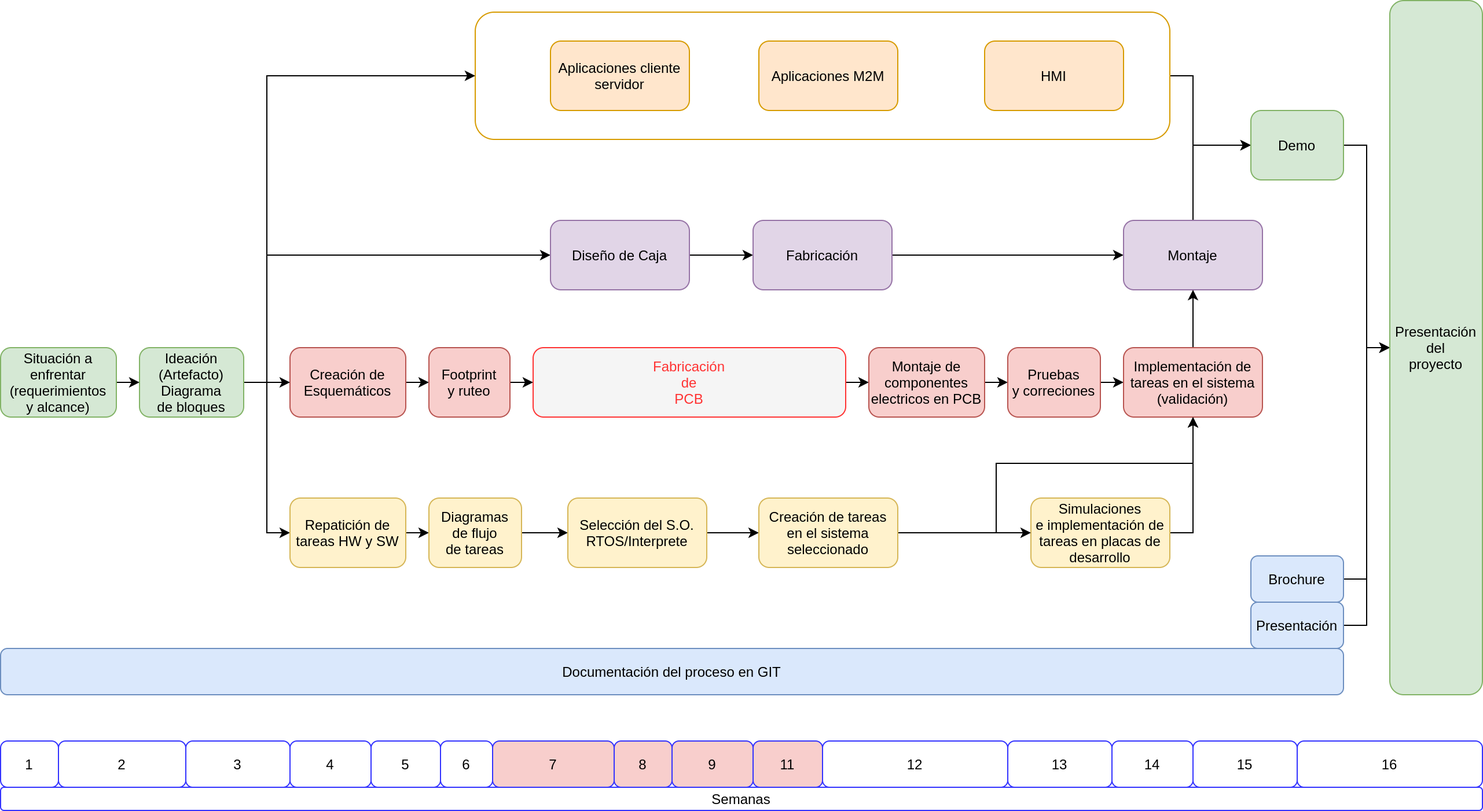
This is liascript-course/sistemasEmbebidos/img/projectSE/cronograma.drawio.png from johnnycubides/curso-scorm-sistemas-digitales, a draw.io export, as it was before one commit. Source tidied: cells renumbered, new cells last; positions are measured from the earlier drawing's top-left corner, leaving out a move shared by most shapes.
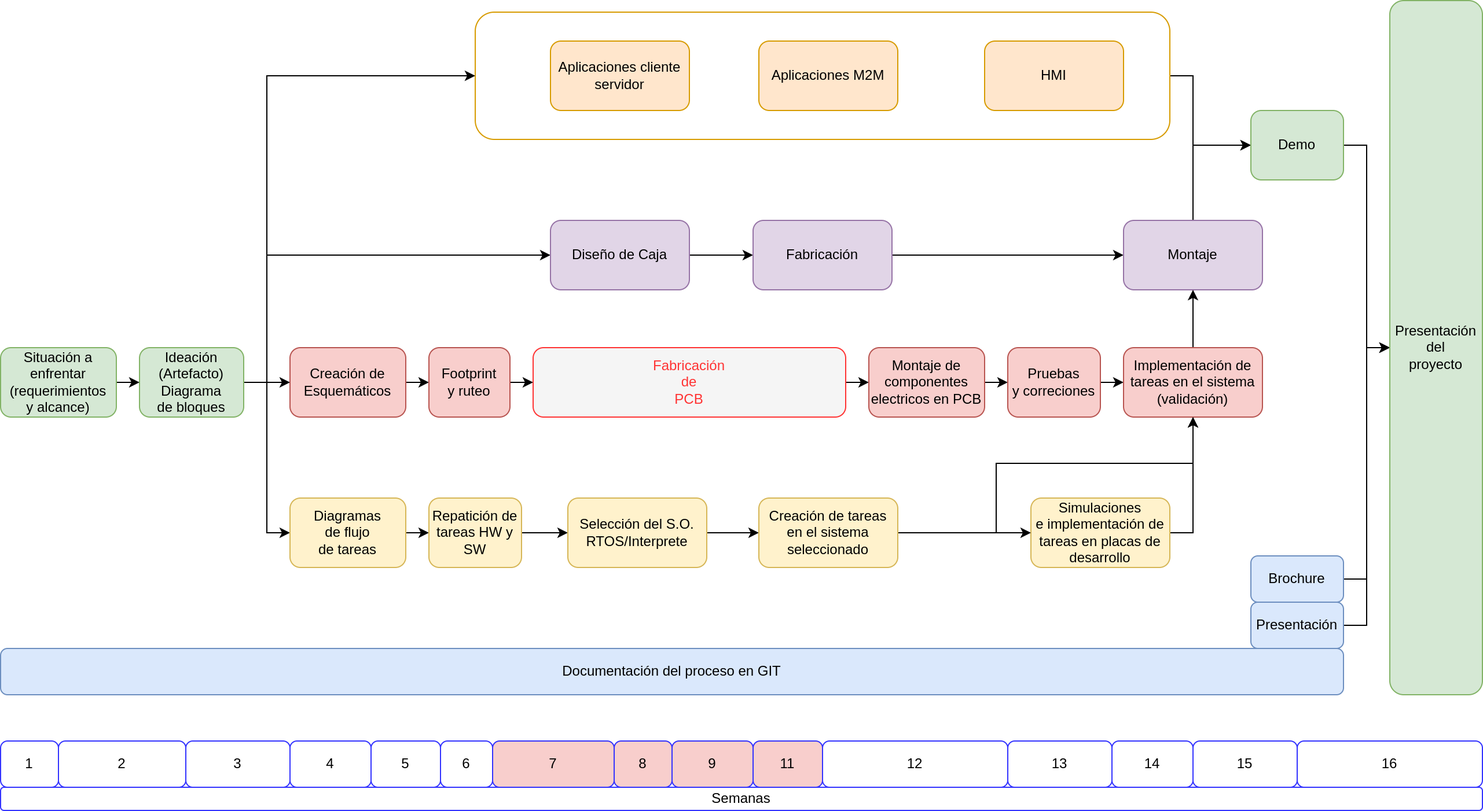
The same file after the commit.

What changed in the source:
```diff
@@ -103,13 +103,13 @@
     <mxCell id="28" style="edgeStyle=orthogonalEdgeStyle;rounded=0;jettySize=auto;html=1;exitX=1;exitY=0.5;exitDx=0;exitDy=0;entryX=0;entryY=0.5;entryDx=0;entryDy=0;" parent="1" edge="1" source="29" target="31">
       <mxGeometry relative="1" as="geometry" />
     </mxCell>
-    <mxCell id="29" value="Repatición de&lt;br&gt;tareas HW y SW" style="rounded=1;whiteSpace=wrap;html=1;fillColor=#fff2cc;strokeColor=#d6b656;" parent="1" vertex="1">
+    <mxCell id="29" value="Diagramas&lt;br&gt;de flujo&lt;br&gt;de tareas" style="rounded=1;whiteSpace=wrap;html=1;fillColor=#fff2cc;strokeColor=#d6b656;" parent="1" vertex="1">
       <mxGeometry x="250" y="430" width="100" height="60" as="geometry" />
     </mxCell>
     <mxCell id="30" style="edgeStyle=orthogonalEdgeStyle;rounded=0;jettySize=auto;html=1;exitX=1;exitY=0.5;exitDx=0;exitDy=0;entryX=0;entryY=0.5;entryDx=0;entryDy=0;" parent="1" edge="1" source="31" target="33">
       <mxGeometry relative="1" as="geometry" />
     </mxCell>
-    <mxCell id="31" value="Diagramas&lt;br&gt;de flujo&lt;br&gt;de tareas" style="rounded=1;whiteSpace=wrap;html=1;fillColor=#fff2cc;strokeColor=#d6b656;" parent="1" vertex="1">
+    <mxCell id="31" value="&lt;span style=&quot;&quot;&gt;Repatición de&lt;/span&gt;&lt;br style=&quot;&quot;&gt;&lt;span style=&quot;&quot;&gt;tareas HW y SW&lt;/span&gt;" style="rounded=1;whiteSpace=wrap;html=1;fillColor=#fff2cc;strokeColor=#d6b656;" parent="1" vertex="1">
       <mxGeometry x="370" y="430" width="80" height="60" as="geometry" />
     </mxCell>
     <mxCell id="32" style="edgeStyle=orthogonalEdgeStyle;rounded=0;jettySize=auto;html=1;exitX=1;exitY=0.5;exitDx=0;exitDy=0;entryX=0;entryY=0.5;entryDx=0;entryDy=0;" parent="1" edge="1" source="33" target="44">
```
